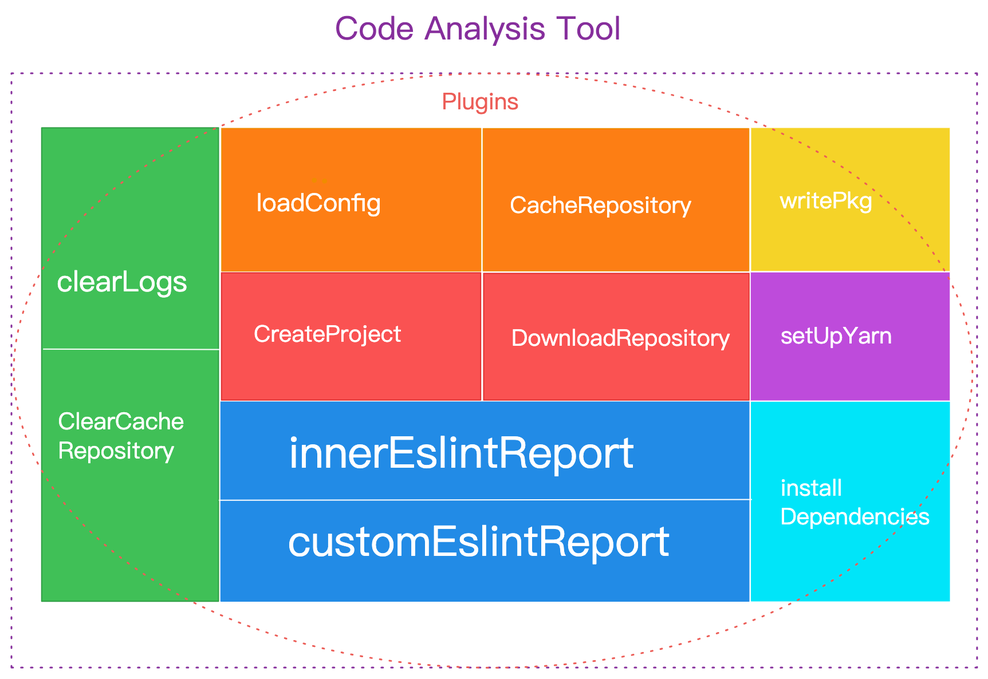
Before: src/assets/images/code-ana.png, a diagram exported from Excalidraw (yanyunchangfeng/yycf-cli). Source tidied: one line per element, renumbered; positions are measured from the earlier drawing's top-left corner, leaving out a move shared by most shapes.
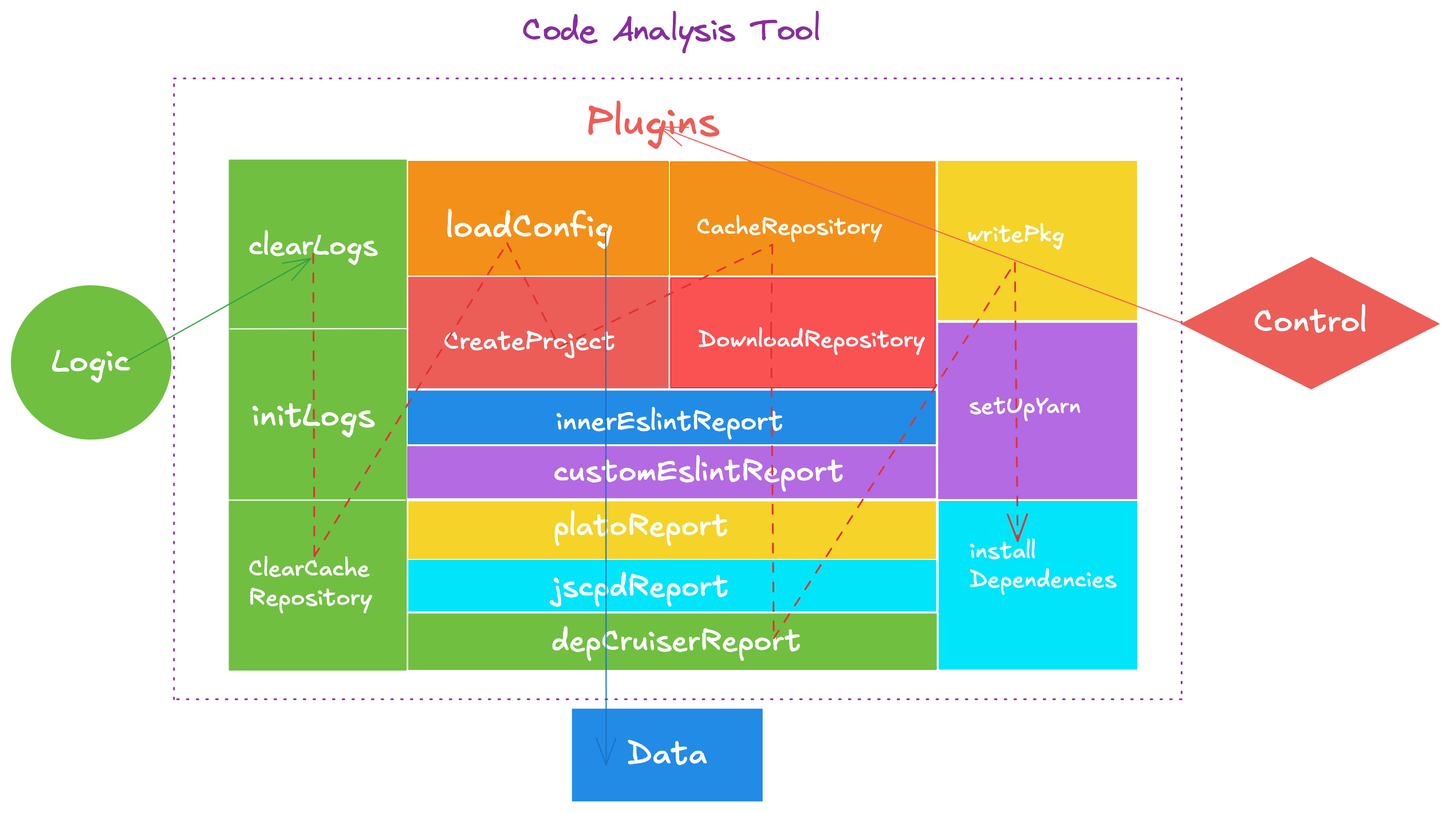
After the change.

Commit message:
feat: update arch graph

Diff of the diagram source:
```diff
@@ -1,37 +1,47 @@
+{"id": 2, "type": "rectangle", "strokeColor": "#ec5d57", "backgroundColor": "#ec5d57", "fillStyle": "solid", "strokeWidth": 1, "roughness": 0, "x": 183, "y": 228, "width": 226, "height": 96}
+{"id": 37, "type": "rectangle", "strokeColor": "#ffffff", "backgroundColor": "#f5d328", "fillStyle": "solid", "strokeWidth": 1, "roughness": 0, "x": 183, "y": 423, "width": 462, "height": 51}
-{"id": 0, "type": "rectangle", "strokeColor": "#f08c00", "backgroundColor": "#fd7e14", "fillStyle": "solid", "strokeWidth": 1, "roughness": 0, "x": 184, "y": 102, "width": 226, "height": 124}
+{"id": 0, "type": "rectangle", "strokeColor": "#f08c00", "backgroundColor": "#f39019", "fillStyle": "solid", "strokeWidth": 1, "roughness": 0, "x": 183, "y": 127, "width": 227, "height": 99}
-{"id": 1, "type": "rectangle", "strokeColor": "#228be6", "backgroundColor": "#228be6", "fillStyle": "solid", "strokeWidth": 1, "roughness": 0, "x": 183, "y": 341, "width": 461, "height": 174}
+{"id": 1, "type": "rectangle", "strokeColor": "#228be6", "backgroundColor": "#228be6", "fillStyle": "solid", "strokeWidth": 1, "roughness": 0, "x": 183, "y": 327, "width": 460, "height": 46}
-{"id": 2, "type": "rectangle", "strokeColor": "#e03131", "backgroundColor": "#fa5252", "fillStyle": "solid", "strokeWidth": 1, "roughness": 0, "x": 183, "y": 228, "width": 226, "height": 111}
-{"id": 3, "type": "rectangle", "strokeColor": "#862e9c", "strokeWidth": 1, "strokeStyle": "dotted", "roughness": 0, "x": 0, "y": 54, "width": 843, "height": 519}
+{"id": 3, "type": "rectangle", "strokeColor": "#862e9c", "strokeWidth": 1, "strokeStyle": "dotted", "roughness": 0, "x": -21, "y": 54, "width": 880, "height": 542}
-{"id": 4, "type": "text", "text": "Code Analysis Tool ", "strokeColor": "#862e9c", "strokeWidth": 1, "strokeStyle": "dotted", "roughness": 0, "fontSize": 28, "fontFamily": 1, "x": 283, "y": 0, "width": 275, "height": 35}
+{"id": 4, "type": "text", "text": "Code Analysis Tool ", "strokeColor": "#862e9c", "strokeWidth": 1, "strokeStyle": "dotted", "roughness": 0, "fontSize": 28, "fontFamily": 1, "x": 283, "y": -4, "width": 275, "height": 35}
-{"id": 5, "type": "text", "text": "CreateProject", "strokeColor": "#ffffff", "backgroundColor": "#fa5252", "fillStyle": "solid", "strokeWidth": 1, "strokeStyle": "dotted", "roughness": 0, "fontSize": 20, "fontFamily": 5, "x": 212, "y": 271, "width": 129, "height": 25}
+{"id": 5, "type": "text", "text": "CreateProject", "strokeColor": "#ffffff", "backgroundColor": "#fa5252", "fillStyle": "solid", "strokeWidth": 1, "strokeStyle": "dotted", "roughness": 0, "fontSize": 22.03, "fontFamily": 5, "x": 214, "y": 271, "width": 142, "height": 28}
-{"id": 6, "type": "rectangle", "strokeColor": "#e03131", "backgroundColor": "#fa5252", "fillStyle": "solid", "strokeWidth": 1, "roughness": 0, "x": 412, "y": 229, "width": 232, "height": 111}
+{"id": 6, "type": "rectangle", "strokeColor": "#e03131", "backgroundColor": "#fa5252", "fillStyle": "solid", "strokeWidth": 1, "roughness": 0, "x": 412, "y": 229, "width": 231, "height": 96}
-{"id": 7, "type": "text", "text": "DownloadRepository", "strokeColor": "#ffffff", "backgroundColor": "#fa5252", "fillStyle": "solid", "strokeWidth": 1, "strokeStyle": "dotted", "roughness": 0, "fontSize": 20, "fontFamily": 5, "x": 436, "y": 275, "width": 192, "height": 25}
+{"id": 7, "type": "text", "text": "DownloadRepository", "strokeColor": "#ffffff", "backgroundColor": "#fa5252", "fillStyle": "solid", "strokeWidth": 1, "strokeStyle": "dotted", "roughness": 0, "fontSize": 20, "fontFamily": 5, "x": 436, "y": 270, "width": 192, "height": 25}
-{"id": 8, "type": "text", "text": "dddd", "strokeColor": "#228be6", "backgroundColor": "#228be6", "fillStyle": "solid", "strokeWidth": 1, "strokeStyle": "dotted", "roughness": 0, "fontSize": 20, "fontFamily": 5, "x": 339, "y": 407, "width": 49, "height": 25}
-{"id": 9, "type": "rectangle", "strokeColor": "#228be6", "backgroundColor": "#228be6", "fillStyle": "solid", "strokeWidth": 1, "strokeStyle": "dotted", "roughness": 0, "x": 333, "y": 385, "width": 86, "height": 76}
-{"id": 10, "type": "freedraw", "strokeColor": "#228be6", "backgroundColor": "#228be6", "fillStyle": "solid", "strokeWidth": 1, "strokeStyle": "dotted", "roughness": 0, "x": 364, "y": 415, "width": 0, "height": 0, "points": [[0, 0], [0, 0]]}
-{"id": 11, "type": "freedraw", "strokeColor": "#228be6", "backgroundColor": "#228be6", "fillStyle": "solid", "strokeWidth": 1, "strokeStyle": "dotted", "roughness": 0, "x": 364, "y": 415, "width": 0, "height": 0, "points": [[0, 0], [0, 0]]}
-{"id": 12, "type": "freedraw", "strokeColor": "#228be6", "backgroundColor": "#228be6", "fillStyle": "solid", "strokeWidth": 1, "strokeStyle": "dotted", "roughness": 0, "x": 364, "y": 415, "width": 0, "height": 0, "points": [[0, 0], [0, 0]]}
-{"id": 13, "type": "freedraw", "strokeColor": "#228be6", "backgroundColor": "#228be6", "fillStyle": "solid", "strokeWidth": 1, "strokeStyle": "dotted", "roughness": 0, "x": 364, "y": 415, "width": 0, "height": 0, "points": [[0, 0], [0, 0]]}
-{"id": 14, "type": "freedraw", "strokeColor": "#228be6", "backgroundColor": "#228be6", "fillStyle": "solid", "strokeWidth": 1, "strokeStyle": "dotted", "roughness": 0, "x": 364, "y": 415, "width": 0, "height": 0, "points": [[0, 0], [0, 0]]}
-{"id": 15, "type": "freedraw", "strokeColor": "#228be6", "backgroundColor": "#228be6", "fillStyle": "solid", "strokeWidth": 1, "strokeStyle": "dotted", "roughness": 0, "x": 272, "y": 402, "width": 0, "height": 0, "points": [[0, 0], [0, 0], [0, 0]]}
-{"id": 16, "type": "text", "text": "innerEslintReport", "strokeColor": "#ffffff", "backgroundColor": "#228be6", "fillStyle": "solid", "strokeWidth": 1, "strokeStyle": "dotted", "roughness": 0, "fontSize": 37.94, "fontFamily": 5, "x": 242, "y": 365, "width": 304, "height": 47}
+{"id": 16, "type": "text", "text": "innerEslintReport", "strokeColor": "#ffffff", "backgroundColor": "#228be6", "fillStyle": "solid", "strokeWidth": 1, "strokeStyle": "dotted", "roughness": 0, "fontSize": 23.5, "fontFamily": 5, "x": 312, "y": 340, "width": 188, "height": 29}
-{"id": 17, "type": "rectangle", "strokeColor": "#2f9e44", "backgroundColor": "#40c057", "fillStyle": "solid", "strokeWidth": 1, "roughness": 0, "x": 26, "y": 102, "width": 154, "height": 413}
+{"id": 17, "type": "rectangle", "strokeColor": "#70bf41", "backgroundColor": "#70bf41", "fillStyle": "solid", "strokeWidth": 1, "roughness": 0, "x": 27, "y": 126, "width": 154, "height": 445}
-{"id": 18, "type": "text", "text": "loadConfig", "strokeColor": "#ffffff", "backgroundColor": "#40c057", "fillStyle": "solid", "strokeWidth": 1, "strokeStyle": "dotted", "roughness": 0, "fontSize": 21.63, "fontFamily": 5, "x": 214, "y": 155, "width": 109, "height": 27}
+{"id": 18, "type": "text", "text": "loadConfig", "strokeColor": "#ffffff", "backgroundColor": "#40c057", "fillStyle": "solid", "strokeWidth": 1, "strokeStyle": "dotted", "roughness": 0, "fontSize": 28.87, "fontFamily": 5, "x": 216, "y": 167, "width": 150, "height": 36}
-{"id": 19, "type": "rectangle", "strokeColor": "#f08c00", "backgroundColor": "#fd7e14", "fillStyle": "solid", "strokeWidth": 1, "roughness": 0, "x": 412, "y": 102, "width": 232, "height": 124}
+{"id": 19, "type": "rectangle", "strokeColor": "#f08c00", "backgroundColor": "#f39019", "fillStyle": "solid", "strokeWidth": 1, "roughness": 0, "x": 412, "y": 127, "width": 231, "height": 99}
-{"id": 20, "type": "freedraw", "strokeColor": "#f08c00", "backgroundColor": "#fd7e14", "fillStyle": "solid", "strokeWidth": 1, "strokeStyle": "dotted", "roughness": 0, "x": 273, "y": 148, "width": 0, "height": 0, "points": [[0, 0], [0, 0]]}
+{"id": 20, "type": "freedraw", "strokeColor": "#f08c00", "backgroundColor": "#fd7e14", "fillStyle": "solid", "strokeWidth": 1, "strokeStyle": "dotted", "roughness": 0, "x": 274, "y": 173, "width": 0, "height": 0, "points": [[0, 0], [0, 0]]}
-{"id": 21, "type": "freedraw", "strokeColor": "#f08c00", "backgroundColor": "#fd7e14", "fillStyle": "solid", "strokeWidth": 1, "strokeStyle": "dotted", "roughness": 0, "x": 264, "y": 147, "width": 0, "height": 0, "points": [[0, 0], [0, 0]]}
+{"id": 21, "type": "freedraw", "strokeColor": "#f08c00", "backgroundColor": "#fd7e14", "fillStyle": "solid", "strokeWidth": 1, "strokeStyle": "dotted", "roughness": 0, "x": 265, "y": 172, "width": 0, "height": 0, "points": [[0, 0], [0, 0]]}
-{"id": 22, "type": "text", "text": "ClearCache\nRepository", "strokeColor": "#ffffff", "backgroundColor": "#fd7e14", "fillStyle": "solid", "strokeWidth": 1, "strokeStyle": "dotted", "roughness": 0, "fontSize": 20.42, "fontFamily": 5, "x": 41, "y": 347, "width": 129, "height": 51}
+{"id": 22, "type": "text", "text": "ClearCache\nRepository", "strokeColor": "#ffffff", "backgroundColor": "#fd7e14", "fillStyle": "solid", "strokeWidth": 1, "strokeStyle": "dotted", "roughness": 0, "fontSize": 20.42, "fontFamily": 5, "x": 44, "y": 470, "width": 129, "height": 51}
-{"id": 23, "type": "text", "text": "CacheRepository", "strokeColor": "#ffffff", "backgroundColor": "#fd7e14", "fillStyle": "solid", "strokeWidth": 1, "strokeStyle": "dotted", "roughness": 0, "fontSize": 20, "fontFamily": 5, "x": 435, "y": 158, "width": 159, "height": 25}
+{"id": 23, "type": "text", "text": "CacheRepository", "strokeColor": "#ffffff", "backgroundColor": "#fd7e14", "fillStyle": "solid", "strokeWidth": 1, "strokeStyle": "dotted", "roughness": 0, "fontSize": 20, "fontFamily": 5, "x": 435, "y": 172, "width": 159, "height": 25}
-{"id": 24, "type": "rectangle", "strokeColor": "#00e5f9", "backgroundColor": "#00e5f9", "fillStyle": "solid", "strokeWidth": 1, "roughness": 0, "x": 646, "y": 341, "width": 173, "height": 173}
+{"id": 24, "type": "rectangle", "strokeColor": "#00e5f9", "backgroundColor": "#00e5f9", "fillStyle": "solid", "strokeWidth": 1, "roughness": 0, "x": 647, "y": 424, "width": 173, "height": 146}
-{"id": 25, "type": "text", "text": "writePkg", "strokeColor": "#ffffff", "backgroundColor": "#fd7e14", "fillStyle": "solid", "strokeWidth": 1, "strokeStyle": "dotted", "roughness": 0, "fontSize": 20, "fontFamily": 5, "x": 668, "y": 151, "width": 85, "height": 25}
+{"id": 25, "type": "text", "text": "writePkg", "strokeColor": "#ffffff", "backgroundColor": "#fd7e14", "fillStyle": "solid", "strokeWidth": 1, "strokeStyle": "dotted", "roughness": 0, "fontSize": 20, "fontFamily": 5, "x": 668, "y": 175, "width": 85, "height": 25}
-{"id": 26, "type": "rectangle", "strokeColor": "#ffffff", "backgroundColor": "#be4bdb", "fillStyle": "solid", "strokeWidth": 1, "roughness": 0, "x": 645, "y": 227, "width": 175, "height": 113}
+{"id": 26, "type": "rectangle", "strokeColor": "#ffffff", "backgroundColor": "#b36ae2", "fillStyle": "solid", "strokeWidth": 1, "roughness": 0, "x": 645, "y": 267, "width": 175, "height": 155}
-{"id": 27, "type": "text", "text": "setUpYarn", "strokeColor": "#ffffff", "backgroundColor": "#be4bdb", "fillStyle": "solid", "strokeWidth": 1, "strokeStyle": "dotted", "roughness": 0, "fontSize": 20, "fontFamily": 5, "x": 672, "y": 272, "width": 97, "height": 25}
+{"id": 27, "type": "text", "text": "setUpYarn", "strokeColor": "#ffffff", "backgroundColor": "#be4bdb", "fillStyle": "solid", "strokeWidth": 1, "strokeStyle": "dotted", "roughness": 0, "fontSize": 20, "fontFamily": 5, "x": 673, "y": 329, "width": 97, "height": 25}
-{"id": 28, "type": "rectangle", "strokeColor": "#ffffff", "backgroundColor": "#f5d328", "fillStyle": "solid", "strokeWidth": 1, "roughness": 0, "x": 645, "y": 101, "width": 174, "height": 126}
+{"id": 28, "type": "rectangle", "strokeColor": "#ffffff", "backgroundColor": "#f5d328", "fillStyle": "solid", "strokeWidth": 1, "roughness": 0, "x": 645, "y": 126, "width": 175, "height": 140}
-{"id": 29, "type": "text", "text": "writePkg", "strokeColor": "#ffffff", "backgroundColor": "#f5d328", "fillStyle": "solid", "strokeWidth": 1, "strokeStyle": "dotted", "roughness": 0, "fontSize": 20, "fontFamily": 5, "x": 671, "y": 154, "width": 81, "height": 25}
+{"id": 29, "type": "text", "text": "writePkg", "strokeColor": "#ffffff", "backgroundColor": "#f5d328", "fillStyle": "solid", "strokeWidth": 1, "strokeStyle": "dotted", "roughness": 0, "fontSize": 20, "fontFamily": 5, "x": 671, "y": 179, "width": 81, "height": 25}
-{"id": 30, "type": "text", "text": "install \nDependencies", "strokeColor": "#ffffff", "backgroundColor": "#00e5f9", "fillStyle": "solid", "strokeWidth": 1, "roughness": 0, "fontSize": 20, "fontFamily": 5, "x": 671, "y": 405, "width": 136, "height": 50}
+{"id": 30, "type": "text", "text": "install \nDependencies", "strokeColor": "#ffffff", "backgroundColor": "#00e5f9", "fillStyle": "solid", "strokeWidth": 1, "roughness": 0, "fontSize": 20, "fontFamily": 5, "x": 673, "y": 455, "width": 136, "height": 50}
-{"id": 31, "type": "text", "text": "Plugins", "strokeColor": "#ec5d57", "backgroundColor": "#00e5f9", "fillStyle": "solid", "strokeWidth": 1, "roughness": 0, "fontSize": 20, "fontFamily": 5, "x": 376, "y": 68, "width": 152, "height": 25}
+{"id": 31, "type": "text", "text": "Plugins", "strokeColor": "#ec5d57", "backgroundColor": "#00e5f9", "fillStyle": "solid", "strokeWidth": 1, "roughness": 0, "fontSize": 35.04, "fontFamily": 5, "x": 338, "y": 72, "width": 148, "height": 44}
-{"id": 32, "type": "ellipse", "strokeColor": "#ec5d57", "angle": 0.0, "strokeWidth": 1, "strokeStyle": "dotted", "roughness": 0, "x": 2, "y": 54, "width": 837, "height": 519}
-{"id": 33, "type": "text", "text": "customEslintReport", "strokeColor": "#ffffff", "backgroundColor": "#228be6", "fillStyle": "solid", "strokeWidth": 1, "strokeStyle": "dotted", "roughness": 0, "fontSize": 36.78, "fontFamily": 5, "x": 241, "y": 443, "width": 334, "height": 46}
-{"id": 34, "type": "line", "strokeColor": "#ffffff", "backgroundColor": "#ffffff", "fillStyle": "solid", "strokeWidth": 1, "roughness": 0, "x": 181, "y": 427, "width": 465, "height": 1, "points": [[0, 0], [465, -1]]}
+{"id": 34, "type": "line", "strokeColor": "#ffffff", "backgroundColor": "#ffffff", "fillStyle": "solid", "strokeWidth": 1, "roughness": 0, "x": 183, "y": 417, "width": 462, "height": 1, "points": [[0, 0], [462, -1]]}
-{"id": 35, "type": "text", "text": "clearLogs", "strokeColor": "#ffffff", "angle": 0.0, "backgroundColor": "#ffffff", "fillStyle": "solid", "strokeWidth": 1, "roughness": 0, "fontSize": 25.16, "fontFamily": 5, "x": 39, "y": 222, "width": 125, "height": 31}
+{"id": 35, "type": "text", "text": "clearLogs", "strokeColor": "#ffffff", "angle": 0.0, "backgroundColor": "#ffffff", "fillStyle": "solid", "strokeWidth": 1, "roughness": 0, "fontSize": 25.16, "fontFamily": 5, "x": 44, "y": 186, "width": 125, "height": 31}
-{"id": 36, "type": "line", "strokeColor": "#ffffff", "backgroundColor": "#ffffff", "fillStyle": "solid", "strokeWidth": 1, "roughness": 0, "x": 28, "y": 295, "width": 154, "height": 0, "points": [[0, 0], [154, 0]]}
+{"id": 38, "type": "text", "text": "platoReport", "strokeColor": "#ffffff", "angle": 0.0, "backgroundColor": "#f5d328", "fillStyle": "solid", "strokeWidth": 1, "roughness": 0, "fontSize": 25.96, "fontFamily": 5, "x": 310, "y": 430, "width": 142, "height": 32}
+{"id": 39, "type": "rectangle", "strokeColor": "#00e5f9", "backgroundColor": "#00e5f9", "fillStyle": "solid", "strokeWidth": 1, "roughness": 0, "x": 184, "y": 475, "width": 460, "height": 44}
+{"id": 40, "type": "text", "text": "jscpdReport", "strokeColor": "#ffffff", "angle": 0.0, "backgroundColor": "#f5d328", "fillStyle": "solid", "strokeWidth": 1, "roughness": 0, "fontSize": 26.05, "fontFamily": 5, "x": 309, "y": 483, "width": 146, "height": 33}
+{"id": 41, "type": "rectangle", "strokeColor": "#b36ae2", "backgroundColor": "#b36ae2", "fillStyle": "solid", "strokeWidth": 1, "roughness": 0, "x": 183, "y": 376, "width": 461, "height": 45}
+{"id": 33, "type": "text", "text": "customEslintReport", "strokeColor": "#ffffff", "backgroundColor": "#228be6", "fillStyle": "solid", "strokeWidth": 1, "strokeStyle": "dotted", "roughness": 0, "fontSize": 26.42, "fontFamily": 5, "x": 310, "y": 382, "width": 240, "height": 33}
+{"id": 42, "type": "rectangle", "strokeColor": "#70bf41", "backgroundColor": "#70bf41", "fillStyle": "solid", "strokeWidth": 1, "roughness": 0, "x": 184, "y": 522, "width": 460, "height": 48}
+{"id": 43, "type": "text", "text": "depCruiserReport", "strokeColor": "#ffffff", "angle": 0.0, "backgroundColor": "#f5d328", "fillStyle": "solid", "strokeWidth": 1, "roughness": 0, "fontSize": 25.96, "fontFamily": 5, "x": 308, "y": 530, "width": 213, "height": 32}
+{"id": 44, "type": "ellipse", "strokeColor": "#70bf41", "angle": 6.27, "backgroundColor": "#70bf41", "fillStyle": "solid", "strokeWidth": 1, "roughness": 0, "x": -163, "y": 235, "width": 139, "height": 134}
+{"id": 45, "type": "text", "text": "Logic", "strokeColor": "#ffffff", "angle": 6.27, "backgroundColor": "#70bf41", "fillStyle": "solid", "strokeWidth": 1, "roughness": 0, "fontSize": 28, "fontFamily": 5, "textAlign": "center", "verticalAlign": "middle", "inside": 44, "x": -128, "y": 285, "width": 68, "height": 35}
+{"id": 46, "type": "diamond", "strokeColor": "#ec5d57", "backgroundColor": "#ec5d57", "fillStyle": "solid", "strokeWidth": 1, "roughness": 0, "x": 858, "y": 211, "width": 224, "height": 115}
+{"id": 47, "type": "text", "text": "Control", "strokeColor": "#ffffff", "backgroundColor": "#70bf41", "fillStyle": "solid", "strokeWidth": 1, "roughness": 0, "fontSize": 28, "fontFamily": 5, "textAlign": "center", "verticalAlign": "middle", "inside": 46, "x": 921, "y": 250, "width": 99, "height": 35}
+{"id": 48, "type": "rectangle", "strokeColor": "#ffffff", "backgroundColor": "#228be6", "fillStyle": "solid", "strokeWidth": 1, "roughness": 0, "x": 325, "y": 604, "width": 168, "height": 82}
+{"id": 49, "type": "text", "text": "Data", "strokeColor": "#ffffff", "strokeWidth": 1, "strokeStyle": "dashed", "roughness": 0, "fontSize": 28, "fontFamily": 5, "textAlign": "center", "verticalAlign": "middle", "inside": 48, "x": 374, "y": 628, "width": 70, "height": 35}
+{"id": 50, "type": "arrow", "strokeColor": "#ec5d57", "strokeWidth": 1, "roughness": 0, "endArrowhead": "arrow", "round": true, "from": 46, "x": 859, "y": 268, "width": 456, "height": 171, "points": [[0, 0], [-456, -171]]}
+{"id": 51, "type": "arrow", "strokeColor": "#1971c2", "strokeWidth": 1, "roughness": 0, "endArrowhead": "arrow", "from": 18, "x": 355, "y": 188, "width": 0, "height": 466, "points": [[0, 0], [0, 466]]}
+{"id": 52, "type": "arrow", "strokeColor": "#2f9e44", "strokeWidth": 1, "roughness": 0, "endArrowhead": "arrow", "to": 35, "x": -63, "y": 302, "width": 161, "height": 90, "points": [[0, 0], [161, -90]]}
+{"id": 53, "type": "line", "strokeColor": "#ffffff", "strokeWidth": 1, "roughness": 0, "x": 24, "y": 422, "width": 156, "height": 0, "points": [[0, 0], [156, 0]]}
+{"id": 54, "type": "text", "text": "initLogs", "strokeColor": "#ffffff", "strokeWidth": 1, "roughness": 0, "fontSize": 28.22, "fontFamily": 5, "x": 47, "y": 333, "width": 108, "height": 35}
+{"id": 55, "type": "line", "strokeColor": "#ffffff", "strokeWidth": 1, "roughness": 0, "x": 183, "y": 273, "width": 155, "height": 0, "points": [[0, 0], [-155, 0]]}
+{"id": 56, "type": "arrow", "strokeColor": "#e03131", "strokeWidth": 1, "strokeStyle": "dashed", "roughness": 0, "endArrowhead": "arrow", "from": 35, "to": 30, "x": 100, "y": 208, "width": 615, "height": 345, "points": [[0, 0], [1, 264], [169, -9], [215, 81], [401, -8], [400, 66], [402, 336], [613, 8], [615, 251]]}
```
